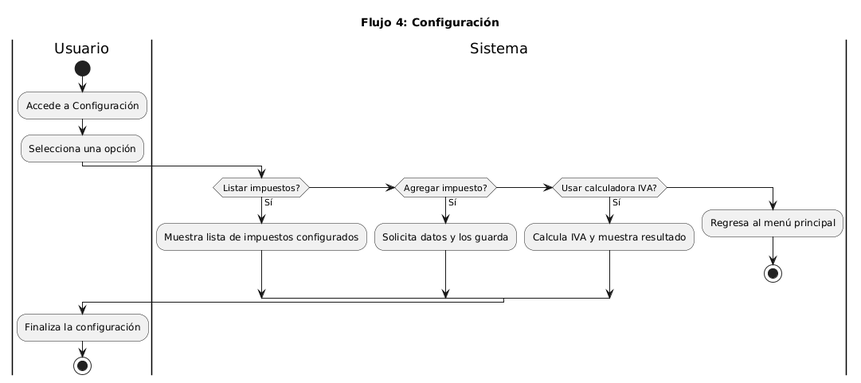
ramiromarcosmorales/emiti-web keeps this PlantUML diagram as docs/04-diagramas/01-diagramas-de-actividades/actividad-flujo-4-configuracion.png. Above is the earlier version.
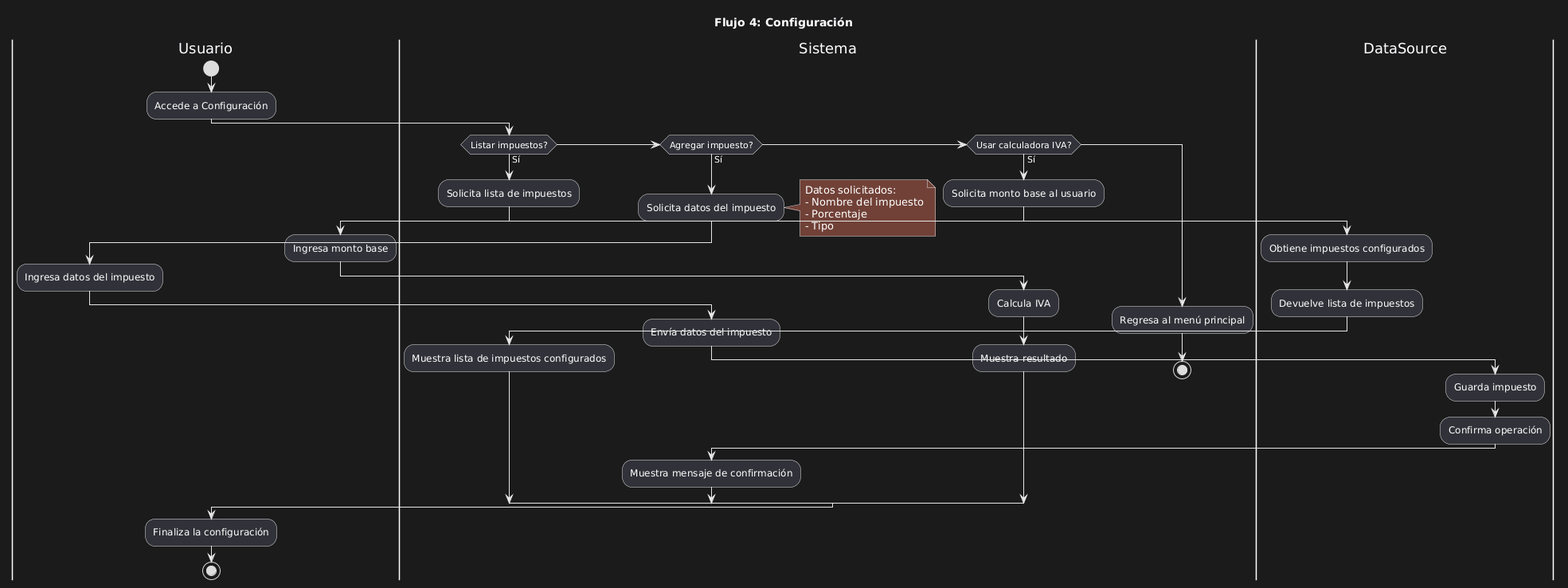
After the commit.

Diff of the diagram source:
```diff
@@ -4,15 +4,54 @@
 |Usuario|
 start
 :Accede a Configuración;
-:Selecciona una opción;
 
 |Sistema|
 if (Listar impuestos?) then (Sí)
+
+  :Solicita lista de impuestos;
+
+  |DataSource|
+  :Obtiene impuestos configurados;
+  :Devuelve lista de impuestos;
+
+  |Sistema|
   :Muestra lista de impuestos configurados;
+
 elseif (Agregar impuesto?) then (Sí)
-  :Solicita datos y los guarda;
+
+  :Solicita datos del impuesto;
+
+  note right
+  Datos solicitados:
+  - Nombre del impuesto
+  - Porcentaje
+  - Tipo
+  end note
+
+  |Usuario|
+  :Ingresa datos del impuesto;
+
+  |Sistema|
+  :Envía datos del impuesto;
+
+  |DataSource|
+  :Guarda impuesto;
+  :Confirma operación;
+
+  |Sistema|
+  :Muestra mensaje de confirmación;
+
 elseif (Usar calculadora IVA?) then (Sí)
-  :Calcula IVA y muestra resultado;
+
+  :Solicita monto base al usuario;
+
+  |Usuario|
+  :Ingresa monto base;
+
+  |Sistema|
+  :Calcula IVA;
+  :Muestra resultado;
+
 else
   :Regresa al menú principal;
   stop
```
